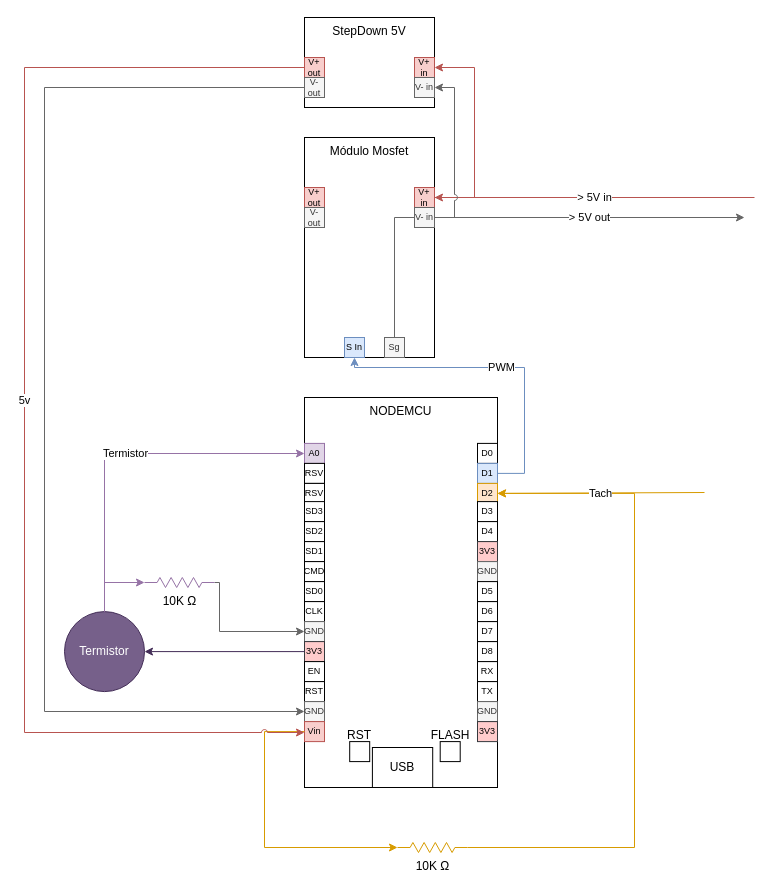
Before: page "Step + Mosfet" (3 of 3) of Esquema de conexiones.drawio in ianalexis/MicroFanController, a draw.io diagram. Source tidied: cells renumbered, new cells numbered last; positions are measured from the earlier drawing's top-left corner, leaving out a move shared by most shapes. Both pictures are drawn from the tidied source at 100%, with x=0, y=0 at pixel (24, 17).
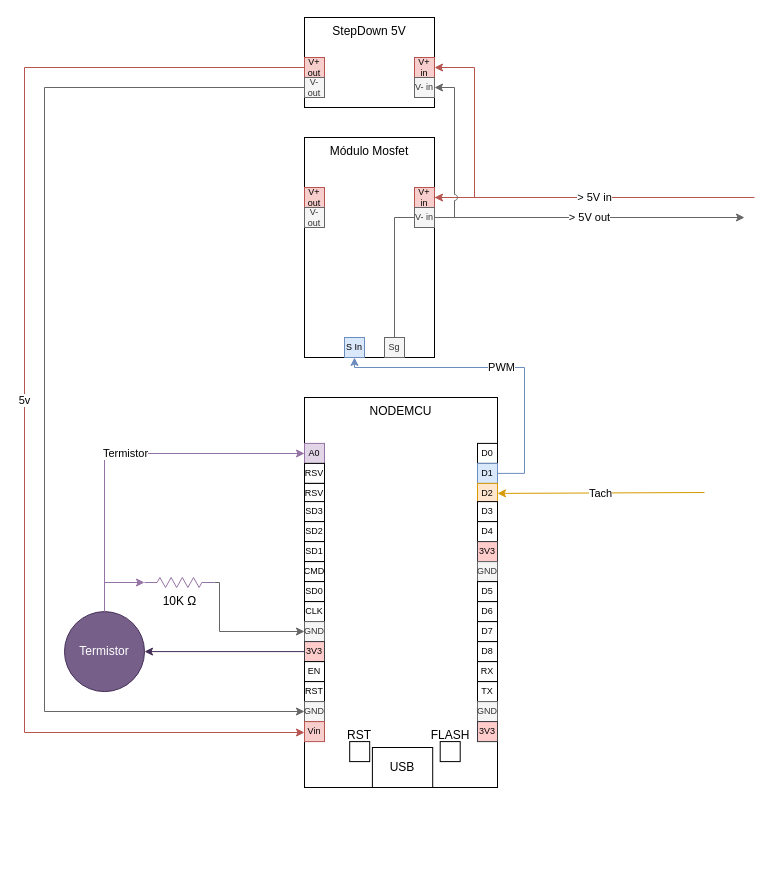
After the change.

Unchanged cells that the change refers to:
```xml
<mxCell id="16" value="D2" style="rounded=0;whiteSpace=wrap;html=1;fontSize=9;fillColor=#ffe6cc;strokeColor=#d79b00;" parent="12" vertex="1">
  <mxGeometry x="173" y="85.9" width="20" height="20" as="geometry" />
</mxCell>
<mxCell id="43" value="Vin" style="rounded=0;whiteSpace=wrap;html=1;fontSize=9;fillColor=#f8cecc;strokeColor=#b85450;" parent="12" vertex="1">
  <mxGeometry y="324.1" width="20" height="20" as="geometry" />
</mxCell>
```

Change to the diagram source:
```diff
@@
-    <mxCell id="11" style="edgeStyle=orthogonalEdgeStyle;rounded=0;jettySize=auto;html=1;entryX=1;entryY=0.5;entryDx=0;entryDy=0;fillColor=#ffe6cc;strokeColor=#d79b00;flowAnimation=1;jumpStyle=arc;" parent="1" edge="1" source="52" target="16">
-      <mxGeometry relative="1" as="geometry">
-        <Array as="points">
-          <mxPoint x="610" y="830" />
-          <mxPoint x="610" y="476" />
-        </Array>
-      </mxGeometry>
-    </mxCell>
@@
-    <mxCell id="52" value="10K Ω" style="verticalLabelPosition=bottom;shadow=0;dashed=0;align=center;html=1;verticalAlign=top;shape=mxgraph.electrical.resistors.resistor_2;fillColor=#ffe6cc;strokeColor=#d79b00;" parent="1" vertex="1">
-      <mxGeometry x="373" y="825" width="70" height="10" as="geometry" />
-    </mxCell>
-    <mxCell id="53" style="edgeStyle=orthogonalEdgeStyle;rounded=0;jettySize=auto;html=1;fillColor=#ffe6cc;strokeColor=#d79b00;flowAnimation=1;jumpStyle=arc;" parent="1" edge="1" source="43" target="52">
-      <mxGeometry relative="1" as="geometry">
-        <Array as="points">
-          <mxPoint x="240" y="714" />
-          <mxPoint x="240" y="830" />
-        </Array>
-      </mxGeometry>
-    </mxCell>
```
